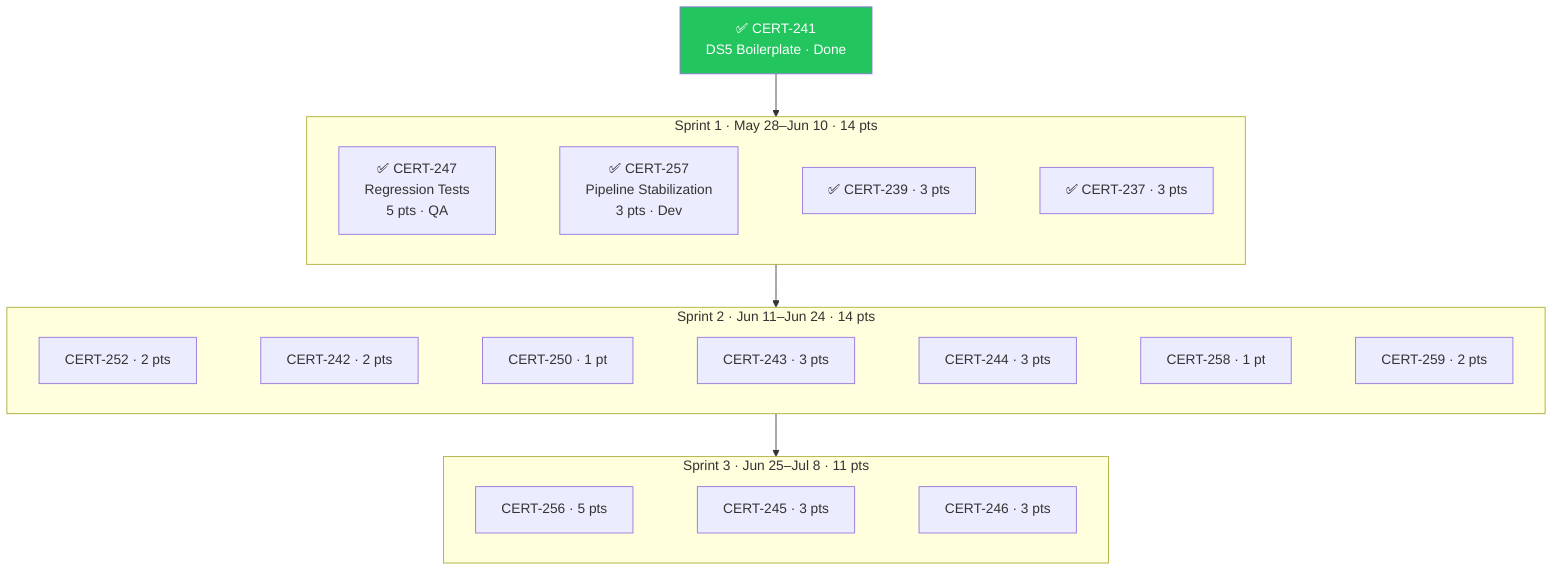
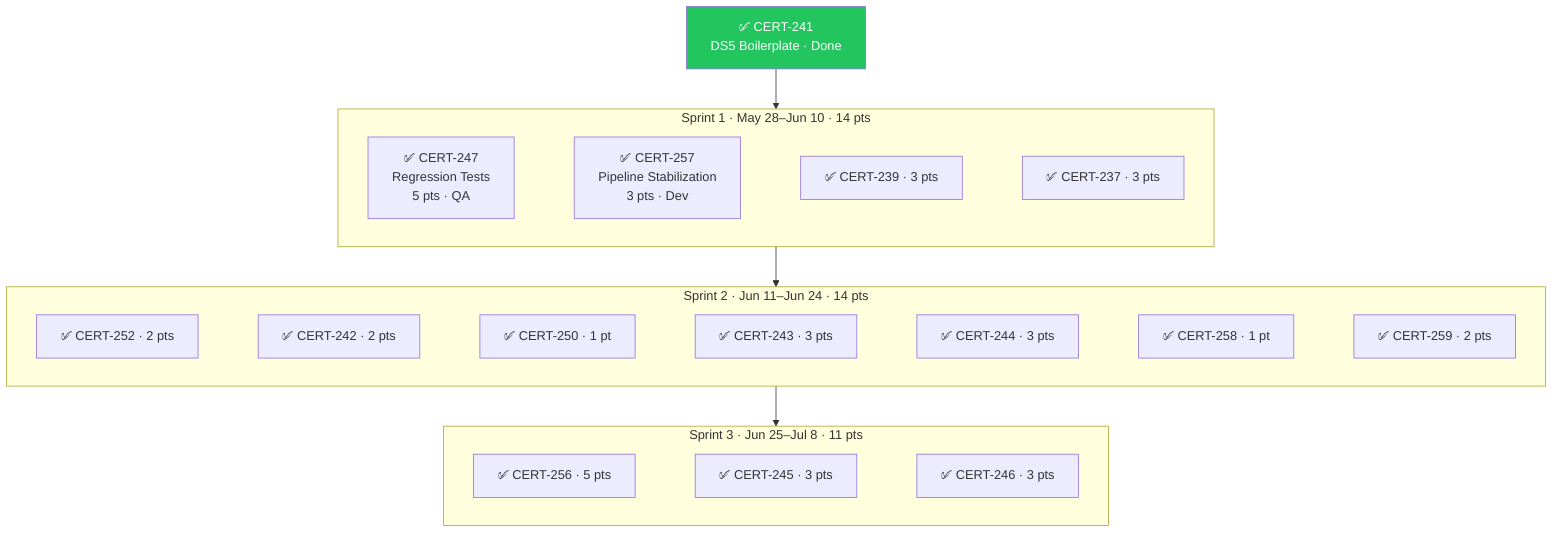
flowchart TB
    C241["✅ CERT-241\nDS5 Boilerplate · Done"]

    subgraph S1 ["Sprint 1 · May 28–Jun 10 · 14 pts"]
        direction LR
        C247["✅ CERT-247\nRegression Tests\n5 pts · QA"]
        C257["✅ CERT-257\nPipeline Stabilization\n3 pts · Dev"]
        C239["✅ CERT-239 · 3 pts"]
        C237["✅ CERT-237 · 3 pts"]
        C247 ~~~ C257 ~~~ C239 ~~~ C237
    end

    subgraph S2 ["Sprint 2 · Jun 11–Jun 24 · 14 pts"]
        direction LR
-         C252["CERT-252 · 2 pts"]
-         C242["CERT-242 · 2 pts"]
-         C250["CERT-250 · 1 pt"]
-         C243["CERT-243 · 3 pts"]
-         C244["CERT-244 · 3 pts"]
-         C258["CERT-258 · 1 pt"]
-         C259["CERT-259 · 2 pts"]
+         C252["✅ CERT-252 · 2 pts"]
+         C242["✅ CERT-242 · 2 pts"]
+         C250["✅ CERT-250 · 1 pt"]
+         C243["✅ CERT-243 · 3 pts"]
+         C244["✅ CERT-244 · 3 pts"]
+         C258["✅ CERT-258 · 1 pt"]
+         C259["✅ CERT-259 · 2 pts"]
        C252 ~~~ C242 ~~~ C250 ~~~ C243 ~~~ C244 ~~~ C258 ~~~ C259
    end

    subgraph S3 ["Sprint 3 · Jun 25–Jul 8 · 11 pts"]
        direction LR
-         C256["CERT-256 · 5 pts"]
-         C245["CERT-245 · 3 pts"]
-         C246["CERT-246 · 3 pts"]
+         C256["✅ CERT-256 · 5 pts"]
+         C245["✅ CERT-245 · 3 pts"]
+         C246["✅ CERT-246 · 3 pts"]
        C256 ~~~ C245 ~~~ C246
    end

    C241 --> S1 --> S2 --> S3

    style C241 fill:#22c55e,color:#fff
